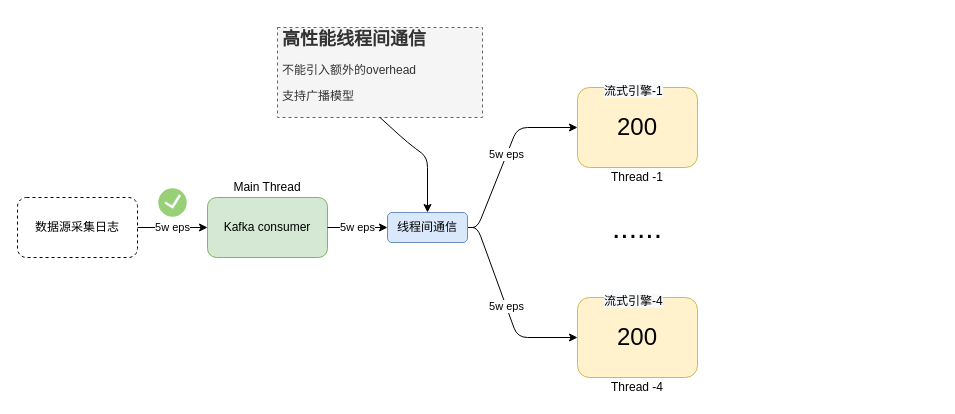
Above: promotion-graph-2.drawio in popvlovs/popvlovs-repository (draw.io), before the change. Source tidied: cells renumbered, new cells numbered last; positions are measured from the earlier drawing's top-left corner, leaving out a move shared by most shapes. Both pictures are drawn from the tidied source at 100%, with x=0, y=0 at pixel (17, 27).
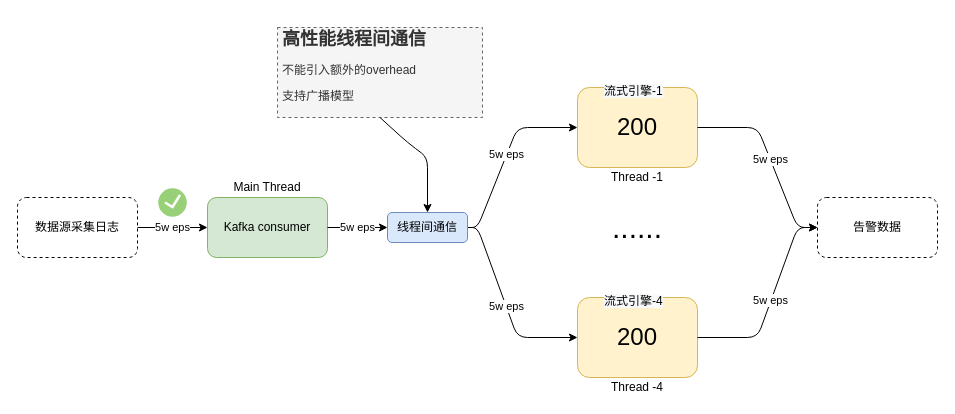
The same page after the edit.

The change refers to these unchanged cells:
```xml
<mxCell id="3" value="&lt;font style=&quot;font-size: 24px&quot;&gt;200&lt;/font&gt;" style="rounded=1;whiteSpace=wrap;html=1;fillColor=#fff2cc;strokeColor=#d6b656;" parent="1" vertex="1">
  <mxGeometry x="560" y="60" width="120" height="80" as="geometry" />
</mxCell>
<mxCell id="8" value="&lt;font style=&quot;font-size: 24px&quot;&gt;200&lt;/font&gt;" style="rounded=1;whiteSpace=wrap;html=1;fillColor=#fff2cc;strokeColor=#d6b656;" parent="1" vertex="1">
  <mxGeometry x="560" y="270" width="120" height="80" as="geometry" />
</mxCell>
```

Change to the diagram source:
```diff
@@
+    <mxCell id="20" value="告警数据" style="rounded=1;whiteSpace=wrap;html=1;dashed=1;" parent="1" vertex="1">
+      <mxGeometry x="800" y="170" width="120" height="60" as="geometry" />
+    </mxCell>
+    <mxCell id="21" value="5w eps" style="endArrow=classic;html=1;exitX=1;exitY=0.5;exitDx=0;exitDy=0;entryX=0;entryY=0.5;entryDx=0;entryDy=0;" parent="1" edge="1" source="3" target="20">
+      <mxGeometry relative="1" as="geometry">
+        <Array as="points">
+          <mxPoint x="740" y="100" />
+          <mxPoint x="780" y="200" />
+        </Array>
+      </mxGeometry>
+    </mxCell>
+    <mxCell id="22" value="5w eps" style="endArrow=classic;html=1;exitX=1;exitY=0.5;exitDx=0;exitDy=0;entryX=0;entryY=0.5;entryDx=0;entryDy=0;" parent="1" edge="1" source="8" target="20">
+      <mxGeometry relative="1" as="geometry">
+        <Array as="points">
+          <mxPoint x="740" y="310" />
+          <mxPoint x="780" y="200" />
+        </Array>
+      </mxGeometry>
+    </mxCell>
```
